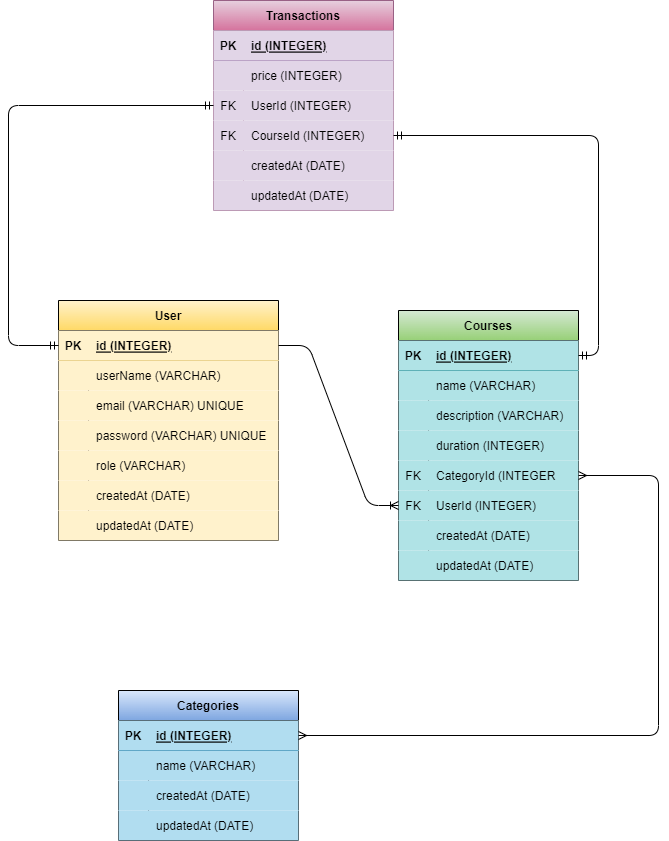
This is schema.drawio.png from floire26/writerify, a draw.io export, as it was before one commit. Source tidied: cells renumbered, new cells last; positions are measured from the earlier drawing's top-left corner, leaving out a move shared by most shapes.
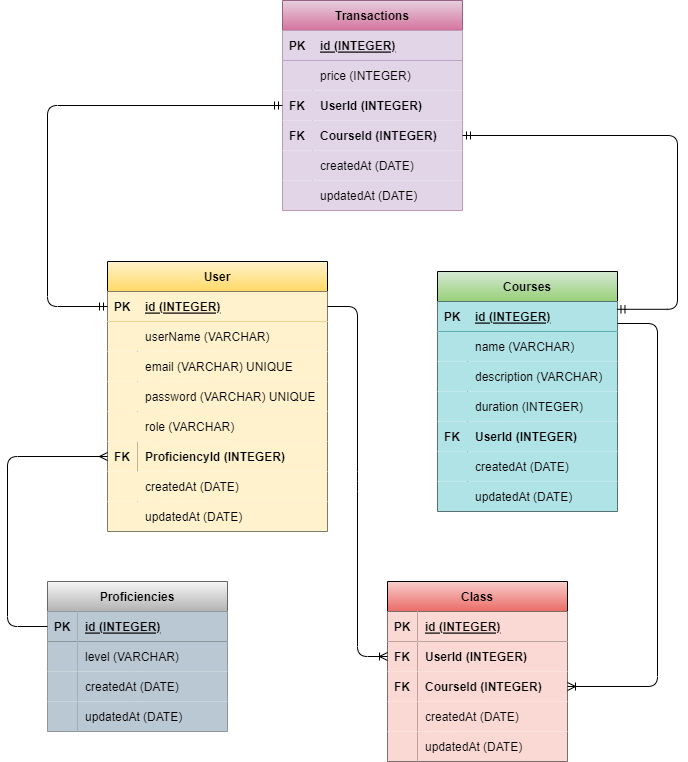
The same diagram one commit later.

Diff of the diagram source:
```diff
@@ -5,3 +5,3 @@
     <mxCell id="2" value="User" style="shape=table;startSize=30;rowLines=0;fontStyle=1;align=center;fillColor=#fff2cc;gradientColor=#ffd966;strokeColor=#000000;fontColor=#000000;" parent="1" vertex="1">
-      <mxGeometry x="50" y="300" width="220" height="240" as="geometry" />
+      <mxGeometry x="30" y="170" width="220" height="270" as="geometry" />
     </mxCell>
@@ -52,4 +52,13 @@
     </mxCell>
+    <mxCell id="85" style="shape=tableRow;horizontal=0;startSize=0;swimlaneHead=0;swimlaneBody=0;fillColor=none;points=[[0,0.5],[1,0.5]];portConstraint=eastwest;top=0;left=0;right=0;bottom=0;strokeColor=#000000;fontColor=#000000;" parent="2" vertex="1">
+      <mxGeometry y="180" width="220" height="30" as="geometry" />
+    </mxCell>
+    <mxCell id="86" value="FK" style="shape=partialRectangle;fillColor=#fff2cc;top=0;left=0;bottom=0;right=0;fontStyle=1;overflow=hidden;strokeColor=#d6b656;fontColor=#000000;" parent="85" vertex="1">
+      <mxGeometry width="30" height="30" as="geometry" />
+    </mxCell>
+    <mxCell id="87" value="ProficiencyId (INTEGER)" style="shape=partialRectangle;fillColor=#fff2cc;top=0;left=0;bottom=0;right=0;align=left;spacingLeft=6;fontStyle=1;overflow=hidden;strokeColor=#d6b656;fontColor=#000000;" parent="85" vertex="1">
+      <mxGeometry x="30" width="190" height="30" as="geometry" />
+    </mxCell>
     <mxCell id="18" style="shape=tableRow;horizontal=0;startSize=0;swimlaneHead=0;swimlaneBody=0;fillColor=#fff2cc;top=0;left=0;right=0;bottom=0;strokeColor=#d6b656;" parent="2" vertex="1">
-      <mxGeometry y="180" width="220" height="30" as="geometry" />
+      <mxGeometry y="210" width="220" height="30" as="geometry" />
     </mxCell>
@@ -62,3 +71,3 @@
     <mxCell id="21" style="shape=tableRow;horizontal=0;startSize=0;swimlaneHead=0;swimlaneBody=0;fillColor=#fff2cc;top=0;left=0;right=0;bottom=0;strokeColor=#d6b656;" parent="2" vertex="1">
-      <mxGeometry y="210" width="220" height="30" as="geometry" />
+      <mxGeometry y="240" width="220" height="30" as="geometry" />
     </mxCell>
@@ -71,3 +80,3 @@
     <mxCell id="24" value="Courses" style="shape=table;startSize=30;rowLines=0;fontStyle=1;align=center;fillColor=#d5e8d4;gradientColor=#97d077;strokeColor=#000000;fontColor=#000000;" parent="1" vertex="1">
-      <mxGeometry x="390" y="310" width="180" height="270" as="geometry" />
+      <mxGeometry x="360" y="180" width="180" height="240" as="geometry" />
     </mxCell>
@@ -109,18 +118,9 @@
     </mxCell>
-    <mxCell id="37" style="shape=tableRow;horizontal=0;startSize=0;swimlaneHead=0;swimlaneBody=0;fillColor=#b0e3e6;points=[[0,0.5],[1,0.5]];portConstraint=eastwest;top=0;left=0;right=0;bottom=0;strokeColor=#0e8088;" parent="24" vertex="1">
-      <mxGeometry y="150" width="180" height="30" as="geometry" />
-    </mxCell>
-    <mxCell id="38" value="FK" style="shape=partialRectangle;fillColor=none;top=0;left=0;bottom=0;right=0;fontStyle=0;overflow=hidden;fontColor=#000000;" parent="37" vertex="1">
-      <mxGeometry width="30" height="30" as="geometry" />
-    </mxCell>
-    <mxCell id="39" value="CategoryId (INTEGER" style="shape=partialRectangle;fillColor=none;top=0;left=0;bottom=0;right=0;align=left;spacingLeft=6;fontStyle=0;overflow=hidden;fontColor=#000000;" parent="37" vertex="1">
-      <mxGeometry x="30" width="150" height="30" as="geometry" />
-    </mxCell>
     <mxCell id="40" style="shape=tableRow;horizontal=0;startSize=0;swimlaneHead=0;swimlaneBody=0;fillColor=#b0e3e6;points=[[0,0.5],[1,0.5]];portConstraint=eastwest;top=0;left=0;right=0;bottom=0;strokeColor=#0e8088;" parent="24" vertex="1">
-      <mxGeometry y="180" width="180" height="30" as="geometry" />
+      <mxGeometry y="150" width="180" height="30" as="geometry" />
     </mxCell>
-    <mxCell id="41" value="FK" style="shape=partialRectangle;fillColor=none;top=0;left=0;bottom=0;right=0;fontStyle=0;overflow=hidden;fontColor=#000000;" parent="40" vertex="1">
+    <mxCell id="41" value="FK" style="shape=partialRectangle;fillColor=none;top=0;left=0;bottom=0;right=0;fontStyle=1;overflow=hidden;fontColor=#000000;" parent="40" vertex="1">
       <mxGeometry width="30" height="30" as="geometry" />
     </mxCell>
-    <mxCell id="42" value="UserId (INTEGER)" style="shape=partialRectangle;fillColor=none;top=0;left=0;bottom=0;right=0;align=left;spacingLeft=6;fontStyle=0;overflow=hidden;fontColor=#000000;" parent="40" vertex="1">
+    <mxCell id="42" value="UserId (INTEGER)" style="shape=partialRectangle;fillColor=none;top=0;left=0;bottom=0;right=0;align=left;spacingLeft=6;fontStyle=1;overflow=hidden;fontColor=#000000;" parent="40" vertex="1">
       <mxGeometry x="30" width="150" height="30" as="geometry" />
@@ -128,3 +128,3 @@
     <mxCell id="43" style="shape=tableRow;horizontal=0;startSize=0;swimlaneHead=0;swimlaneBody=0;fillColor=#b0e3e6;top=0;left=0;right=0;bottom=0;strokeColor=#0e8088;" parent="24" vertex="1">
-      <mxGeometry y="210" width="180" height="30" as="geometry" />
+      <mxGeometry y="180" width="180" height="30" as="geometry" />
     </mxCell>
@@ -137,3 +137,3 @@
     <mxCell id="46" style="shape=tableRow;horizontal=0;startSize=0;swimlaneHead=0;swimlaneBody=0;fillColor=#b0e3e6;top=0;left=0;right=0;bottom=0;strokeColor=#0e8088;" parent="24" vertex="1">
-      <mxGeometry y="240" width="180" height="30" as="geometry" />
+      <mxGeometry y="210" width="180" height="30" as="geometry" />
     </mxCell>
@@ -145,54 +145,4 @@
     </mxCell>
-    <mxCell id="49" value="Categories" style="shape=table;startSize=30;rowLines=0;fontStyle=1;align=center;strokeColor=#000000;fillColor=#dae8fc;gradientColor=#7ea6e0;fontColor=#000000;" parent="1" vertex="1">
-      <mxGeometry x="110" y="690" width="180" height="150" as="geometry" />
-    </mxCell>
-    <mxCell id="50" style="shape=tableRow;horizontal=0;startSize=0;swimlaneHead=0;swimlaneBody=0;fillColor=#b1ddf0;points=[[0,0.5],[1,0.5]];portConstraint=eastwest;top=0;left=0;right=0;bottom=1;strokeColor=#10739e;" parent="49" vertex="1">
-      <mxGeometry y="30" width="180" height="30" as="geometry" />
-    </mxCell>
-    <mxCell id="51" value="PK" style="shape=partialRectangle;fillColor=none;top=0;left=0;bottom=0;right=0;fontStyle=1;overflow=hidden;fontColor=#000000;" parent="50" vertex="1">
-      <mxGeometry width="30" height="30" as="geometry" />
-    </mxCell>
-    <mxCell id="52" value="id (INTEGER)" style="shape=partialRectangle;fillColor=none;top=0;left=0;bottom=0;right=0;align=left;spacingLeft=6;fontStyle=5;overflow=hidden;fontColor=#000000;" parent="50" vertex="1">
-      <mxGeometry x="30" width="150" height="30" as="geometry" />
-    </mxCell>
-    <mxCell id="53" style="shape=tableRow;horizontal=0;startSize=0;swimlaneHead=0;swimlaneBody=0;fillColor=#b1ddf0;top=0;left=0;right=0;bottom=0;strokeColor=#10739e;" parent="49" vertex="1">
-      <mxGeometry y="60" width="180" height="30" as="geometry" />
-    </mxCell>
-    <mxCell id="54" style="shape=partialRectangle;fillColor=none;top=0;left=0;bottom=0;right=0;overflow=hidden;" parent="53" vertex="1">
-      <mxGeometry width="30" height="30" as="geometry" />
-    </mxCell>
-    <mxCell id="55" value="name (VARCHAR)" style="shape=partialRectangle;fillColor=none;top=0;left=0;bottom=0;right=0;align=left;spacingLeft=6;overflow=hidden;fontColor=#000000;" parent="53" vertex="1">
-      <mxGeometry x="30" width="150" height="30" as="geometry" />
-    </mxCell>
-    <mxCell id="56" style="shape=tableRow;horizontal=0;startSize=0;swimlaneHead=0;swimlaneBody=0;fillColor=#b1ddf0;top=0;left=0;right=0;bottom=0;strokeColor=#10739e;" parent="49" vertex="1">
-      <mxGeometry y="90" width="180" height="30" as="geometry" />
-    </mxCell>
-    <mxCell id="57" style="shape=partialRectangle;fillColor=none;top=0;left=0;bottom=0;right=0;overflow=hidden;" parent="56" vertex="1">
-      <mxGeometry width="30" height="30" as="geometry" />
-    </mxCell>
-    <mxCell id="58" value="createdAt (DATE)" style="shape=partialRectangle;fillColor=none;top=0;left=0;bottom=0;right=0;align=left;spacingLeft=6;overflow=hidden;fontColor=#000000;" parent="56" vertex="1">
-      <mxGeometry x="30" width="150" height="30" as="geometry" />
-    </mxCell>
-    <mxCell id="59" style="shape=tableRow;horizontal=0;startSize=0;swimlaneHead=0;swimlaneBody=0;fillColor=#b1ddf0;top=0;left=0;right=0;bottom=0;strokeColor=#10739e;" parent="49" vertex="1">
-      <mxGeometry y="120" width="180" height="30" as="geometry" />
-    </mxCell>
-    <mxCell id="60" style="shape=partialRectangle;fillColor=none;top=0;left=0;bottom=0;right=0;overflow=hidden;" parent="59" vertex="1">
-      <mxGeometry width="30" height="30" as="geometry" />
-    </mxCell>
-    <mxCell id="61" value="updatedAt (DATE)" style="shape=partialRectangle;fillColor=none;top=0;left=0;bottom=0;right=0;align=left;spacingLeft=6;overflow=hidden;fontColor=#000000;" parent="59" vertex="1">
-      <mxGeometry x="30" width="150" height="30" as="geometry" />
-    </mxCell>
-    <mxCell id="62" style="edgeStyle=entityRelationEdgeStyle;fontSize=12;html=1;endArrow=ERoneToMany;exitX=1;exitY=0.5;exitDx=0;exitDy=0;entryX=0;entryY=0.5;entryDx=0;entryDy=0;" parent="1" edge="1" source="3" target="40">
-      <mxGeometry relative="1" as="geometry" />
-    </mxCell>
-    <mxCell id="63" style="edgeStyle=orthogonalEdgeStyle;fontSize=12;html=1;endArrow=ERmany;startArrow=ERmany;exitX=1;exitY=0.5;exitDx=0;exitDy=0;entryX=1;entryY=0.5;entryDx=0;entryDy=0;" parent="1" edge="1" source="50" target="37">
-      <mxGeometry relative="1" as="geometry">
-        <Array as="points">
-          <mxPoint x="650" y="735" />
-          <mxPoint x="650" y="475" />
-        </Array>
-      </mxGeometry>
-    </mxCell>
     <mxCell id="64" value="Transactions" style="shape=table;startSize=30;rowLines=0;fontStyle=1;align=center;strokeColor=#996185;fillColor=#e6d0de;gradientColor=#d5739d;fontColor=#000000;" parent="1" vertex="1">
-      <mxGeometry x="205" width="180" height="210" as="geometry" />
+      <mxGeometry x="205" y="-91" width="180" height="210" as="geometry" />
     </mxCell>
@@ -219,6 +169,6 @@
     </mxCell>
-    <mxCell id="72" value="FK" style="shape=partialRectangle;fillColor=none;top=0;left=0;bottom=0;right=0;fontStyle=0;overflow=hidden;strokeColor=#000000;fontColor=#000000;" parent="71" vertex="1">
+    <mxCell id="72" value="FK" style="shape=partialRectangle;fillColor=none;top=0;left=0;bottom=0;right=0;fontStyle=1;overflow=hidden;strokeColor=#000000;fontColor=#000000;" parent="71" vertex="1">
       <mxGeometry width="30" height="30" as="geometry" />
     </mxCell>
-    <mxCell id="73" value="UserId (INTEGER)" style="shape=partialRectangle;fillColor=none;top=0;left=0;bottom=0;right=0;align=left;spacingLeft=6;fontStyle=0;overflow=hidden;strokeColor=#000000;fontColor=#000000;" parent="71" vertex="1">
+    <mxCell id="73" value="UserId (INTEGER)" style="shape=partialRectangle;fillColor=none;top=0;left=0;bottom=0;right=0;align=left;spacingLeft=6;fontStyle=1;overflow=hidden;strokeColor=#000000;fontColor=#000000;" parent="71" vertex="1">
       <mxGeometry x="30" width="150" height="30" as="geometry" />
@@ -228,6 +178,6 @@
     </mxCell>
-    <mxCell id="75" value="FK" style="shape=partialRectangle;fillColor=none;top=0;left=0;bottom=0;right=0;fontStyle=0;overflow=hidden;strokeColor=#000000;fontColor=#000000;" parent="74" vertex="1">
+    <mxCell id="75" value="FK" style="shape=partialRectangle;fillColor=none;top=0;left=0;bottom=0;right=0;fontStyle=1;overflow=hidden;strokeColor=#000000;fontColor=#000000;" parent="74" vertex="1">
       <mxGeometry width="30" height="30" as="geometry" />
     </mxCell>
-    <mxCell id="76" value="CourseId (INTEGER)" style="shape=partialRectangle;fillColor=none;top=0;left=0;bottom=0;right=0;align=left;spacingLeft=6;fontStyle=0;overflow=hidden;strokeColor=#000000;fontColor=#000000;" parent="74" vertex="1">
+    <mxCell id="76" value="CourseId (INTEGER)" style="shape=partialRectangle;fillColor=none;top=0;left=0;bottom=0;right=0;align=left;spacingLeft=6;fontStyle=1;overflow=hidden;strokeColor=#000000;fontColor=#000000;" parent="74" vertex="1">
       <mxGeometry x="30" width="150" height="30" as="geometry" />
@@ -252,7 +202,6 @@
     </mxCell>
-    <mxCell id="83" style="edgeStyle=orthogonalEdgeStyle;fontSize=12;html=1;endArrow=ERmandOne;startArrow=ERmandOne;fontColor=#000000;entryX=0;entryY=0.5;entryDx=0;entryDy=0;exitX=0;exitY=0.5;exitDx=0;exitDy=0;" parent="1" edge="1" source="3" target="71">
+    <mxCell id="83" style="edgeStyle=elbowEdgeStyle;fontSize=12;html=1;endArrow=ERmandOne;startArrow=ERmandOne;fontColor=#000000;entryX=0;entryY=0.5;entryDx=0;entryDy=0;exitX=0;exitY=0.5;exitDx=0;exitDy=0;" parent="1" edge="1" source="3" target="71">
       <mxGeometry relative="1" as="geometry">
         <Array as="points">
-          <mxPoint y="345" />
-          <mxPoint y="105" />
+          <mxPoint x="-30" y="110" />
         </Array>
@@ -260,7 +209,6 @@
     </mxCell>
-    <mxCell id="84" style="edgeStyle=orthogonalEdgeStyle;fontSize=12;html=1;endArrow=ERmandOne;startArrow=ERmandOne;fontColor=#000000;exitX=1;exitY=0.5;exitDx=0;exitDy=0;entryX=1;entryY=0.5;entryDx=0;entryDy=0;" parent="1" edge="1" source="74" target="25">
+    <mxCell id="84" style="edgeStyle=elbowEdgeStyle;fontSize=12;html=1;endArrow=ERmandOne;startArrow=ERmandOne;fontColor=#000000;exitX=1;exitY=0.5;exitDx=0;exitDy=0;entryX=0.997;entryY=0.26;entryDx=0;entryDy=0;entryPerimeter=0;" parent="1" edge="1" source="74" target="25">
       <mxGeometry relative="1" as="geometry">
         <Array as="points">
-          <mxPoint x="590" y="135" />
-          <mxPoint x="590" y="355" />
+          <mxPoint x="600" y="110" />
         </Array>
@@ -268,2 +216,109 @@
     </mxCell>
+    <mxCell id="88" value="Class" style="shape=table;startSize=30;rowLines=0;fontStyle=1;align=center;fillColor=#f8cecc;gradientColor=#ea6b66;strokeColor=#000000;fontColor=#000000;" parent="1" vertex="1">
+      <mxGeometry x="310" y="490" width="180" height="180" as="geometry" />
+    </mxCell>
+    <mxCell id="89" style="shape=tableRow;horizontal=0;startSize=0;swimlaneHead=0;swimlaneBody=0;fillColor=none;top=0;left=0;right=0;bottom=1;" parent="88" vertex="1">
+      <mxGeometry y="30" width="180" height="30" as="geometry" />
+    </mxCell>
+    <mxCell id="90" value="PK" style="shape=partialRectangle;fillColor=#fad9d5;top=0;left=0;bottom=0;right=0;fontStyle=1;overflow=hidden;strokeColor=#ae4132;fontColor=#000000;" parent="89" vertex="1">
+      <mxGeometry width="30" height="30" as="geometry" />
+    </mxCell>
+    <mxCell id="91" value="id (INTEGER)" style="shape=partialRectangle;fillColor=#fad9d5;top=0;left=0;bottom=0;right=0;align=left;spacingLeft=6;fontStyle=5;overflow=hidden;strokeColor=#ae4132;fontColor=#000000;" parent="89" vertex="1">
+      <mxGeometry x="30" width="150" height="30" as="geometry" />
+    </mxCell>
+    <mxCell id="92" style="shape=tableRow;horizontal=0;startSize=0;swimlaneHead=0;swimlaneBody=0;fillColor=none;points=[[0,0.5],[1,0.5]];portConstraint=eastwest;top=0;left=0;right=0;bottom=0;" parent="88" vertex="1">
+      <mxGeometry y="60" width="180" height="30" as="geometry" />
+    </mxCell>
+    <mxCell id="93" value="FK" style="shape=partialRectangle;fillColor=#fad9d5;top=0;left=0;bottom=0;right=0;fontStyle=1;overflow=hidden;strokeColor=#ae4132;fontColor=#000000;" parent="92" vertex="1">
+      <mxGeometry width="30" height="30" as="geometry" />
+    </mxCell>
+    <mxCell id="94" value="UserId (INTEGER)" style="shape=partialRectangle;fillColor=#fad9d5;top=0;left=0;bottom=0;right=0;align=left;spacingLeft=6;fontStyle=1;overflow=hidden;strokeColor=#ae4132;fontColor=#000000;" parent="92" vertex="1">
+      <mxGeometry x="30" width="150" height="30" as="geometry" />
+    </mxCell>
+    <mxCell id="95" style="shape=tableRow;horizontal=0;startSize=0;swimlaneHead=0;swimlaneBody=0;fillColor=none;points=[[0,0.5],[1,0.5]];portConstraint=eastwest;top=0;left=0;right=0;bottom=0;" parent="88" vertex="1">
+      <mxGeometry y="90" width="180" height="30" as="geometry" />
+    </mxCell>
+    <mxCell id="96" value="FK" style="shape=partialRectangle;fillColor=#fad9d5;top=0;left=0;bottom=0;right=0;fontStyle=1;overflow=hidden;strokeColor=#ae4132;fontColor=#000000;" parent="95" vertex="1">
+      <mxGeometry width="30" height="30" as="geometry" />
+    </mxCell>
+    <mxCell id="97" value="CourseId (INTEGER)" style="shape=partialRectangle;fillColor=#fad9d5;top=0;left=0;bottom=0;right=0;align=left;spacingLeft=6;fontStyle=1;overflow=hidden;strokeColor=#ae4132;fontColor=#000000;" parent="95" vertex="1">
+      <mxGeometry x="30" width="150" height="30" as="geometry" />
+    </mxCell>
+    <mxCell id="98" style="shape=tableRow;horizontal=0;startSize=0;swimlaneHead=0;swimlaneBody=0;fillColor=none;top=0;left=0;right=0;bottom=0;" parent="88" vertex="1">
+      <mxGeometry y="120" width="180" height="30" as="geometry" />
+    </mxCell>
+    <mxCell id="99" style="shape=partialRectangle;fillColor=#fad9d5;top=0;left=0;bottom=0;right=0;overflow=hidden;strokeColor=#ae4132;" parent="98" vertex="1">
+      <mxGeometry width="30" height="30" as="geometry" />
+    </mxCell>
+    <mxCell id="100" value="createdAt (DATE)" style="shape=partialRectangle;fillColor=#fad9d5;top=0;left=0;bottom=0;right=0;align=left;spacingLeft=6;overflow=hidden;strokeColor=#ae4132;fontColor=#000000;" parent="98" vertex="1">
+      <mxGeometry x="30" width="150" height="30" as="geometry" />
+    </mxCell>
+    <mxCell id="101" style="shape=tableRow;horizontal=0;startSize=0;swimlaneHead=0;swimlaneBody=0;fillColor=none;top=0;left=0;right=0;bottom=0;" parent="88" vertex="1">
+      <mxGeometry y="150" width="180" height="30" as="geometry" />
+    </mxCell>
+    <mxCell id="102" style="shape=partialRectangle;fillColor=#fad9d5;top=0;left=0;bottom=0;right=0;overflow=hidden;strokeColor=#ae4132;" parent="101" vertex="1">
+      <mxGeometry width="30" height="30" as="geometry" />
+    </mxCell>
+    <mxCell id="103" value="updatedAt (DATE)" style="shape=partialRectangle;fillColor=#fad9d5;top=0;left=0;bottom=0;right=0;align=left;spacingLeft=6;overflow=hidden;strokeColor=#ae4132;fontColor=#000000;" parent="101" vertex="1">
+      <mxGeometry x="30" width="150" height="30" as="geometry" />
+    </mxCell>
+    <mxCell id="104" style="edgeStyle=elbowEdgeStyle;fontSize=12;html=1;endArrow=ERoneToMany;fontColor=#000000;entryX=1;entryY=0.5;entryDx=0;entryDy=0;" parent="1" edge="1" target="95">
+      <mxGeometry relative="1" as="geometry">
+        <mxPoint x="540" y="232" as="sourcePoint" />
+        <Array as="points">
+          <mxPoint x="580" y="230" />
+          <mxPoint x="650" y="440" />
+        </Array>
+      </mxGeometry>
+    </mxCell>
+    <mxCell id="105" value="Proficiencies" style="shape=table;startSize=30;rowLines=0;fontStyle=1;align=center;strokeColor=#666666;fillColor=#f5f5f5;gradientColor=#b3b3b3;fontColor=#000000;" parent="1" vertex="1">
+      <mxGeometry x="-30" y="490" width="180" height="150" as="geometry" />
+    </mxCell>
+    <mxCell id="106" style="shape=tableRow;horizontal=0;startSize=0;swimlaneHead=0;swimlaneBody=0;fillColor=none;points=[[0,0.5],[1,0.5]];portConstraint=eastwest;top=0;left=0;right=0;bottom=1;strokeColor=#000000;fontColor=#000000;" parent="105" vertex="1">
+      <mxGeometry y="30" width="180" height="30" as="geometry" />
+    </mxCell>
+    <mxCell id="107" value="PK" style="shape=partialRectangle;fillColor=#bac8d3;top=0;left=0;bottom=0;right=0;fontStyle=1;overflow=hidden;strokeColor=#23445d;fontColor=#000000;" parent="106" vertex="1">
+      <mxGeometry width="30" height="30" as="geometry" />
+    </mxCell>
+    <mxCell id="108" value="id (INTEGER)" style="shape=partialRectangle;fillColor=#bac8d3;top=0;left=0;bottom=0;right=0;align=left;spacingLeft=6;fontStyle=5;overflow=hidden;strokeColor=#23445d;fontColor=#000000;" parent="106" vertex="1">
+      <mxGeometry x="30" width="150" height="30" as="geometry" />
+    </mxCell>
+    <mxCell id="109" style="shape=tableRow;horizontal=0;startSize=0;swimlaneHead=0;swimlaneBody=0;fillColor=none;top=0;left=0;right=0;bottom=0;strokeColor=#000000;fontColor=#000000;" parent="105" vertex="1">
+      <mxGeometry y="60" width="180" height="30" as="geometry" />
+    </mxCell>
+    <mxCell id="110" style="shape=partialRectangle;fillColor=#bac8d3;top=0;left=0;bottom=0;right=0;overflow=hidden;strokeColor=#23445d;" parent="109" vertex="1">
+      <mxGeometry width="30" height="30" as="geometry" />
+    </mxCell>
+    <mxCell id="111" value="level (VARCHAR)" style="shape=partialRectangle;fillColor=#bac8d3;top=0;left=0;bottom=0;right=0;align=left;spacingLeft=6;overflow=hidden;strokeColor=#23445d;fontColor=#000000;" parent="109" vertex="1">
+      <mxGeometry x="30" width="150" height="30" as="geometry" />
+    </mxCell>
+    <mxCell id="112" style="shape=tableRow;horizontal=0;startSize=0;swimlaneHead=0;swimlaneBody=0;fillColor=none;top=0;left=0;right=0;bottom=0;strokeColor=#000000;fontColor=#000000;" parent="105" vertex="1">
+      <mxGeometry y="90" width="180" height="30" as="geometry" />
+    </mxCell>
+    <mxCell id="113" style="shape=partialRectangle;fillColor=#bac8d3;top=0;left=0;bottom=0;right=0;overflow=hidden;strokeColor=#23445d;" parent="112" vertex="1">
+      <mxGeometry width="30" height="30" as="geometry" />
+    </mxCell>
+    <mxCell id="114" value="createdAt (DATE)" style="shape=partialRectangle;fillColor=#bac8d3;top=0;left=0;bottom=0;right=0;align=left;spacingLeft=6;overflow=hidden;strokeColor=#23445d;fontColor=#000000;" parent="112" vertex="1">
+      <mxGeometry x="30" width="150" height="30" as="geometry" />
+    </mxCell>
+    <mxCell id="115" style="shape=tableRow;horizontal=0;startSize=0;swimlaneHead=0;swimlaneBody=0;fillColor=none;top=0;left=0;right=0;bottom=0;strokeColor=#000000;fontColor=#000000;" parent="105" vertex="1">
+      <mxGeometry y="120" width="180" height="30" as="geometry" />
+    </mxCell>
+    <mxCell id="116" style="shape=partialRectangle;fillColor=#bac8d3;top=0;left=0;bottom=0;right=0;overflow=hidden;strokeColor=#23445d;" parent="115" vertex="1">
+      <mxGeometry width="30" height="30" as="geometry" />
+    </mxCell>
+    <mxCell id="117" value="updatedAt (DATE)" style="shape=partialRectangle;fillColor=#bac8d3;top=0;left=0;bottom=0;right=0;align=left;spacingLeft=6;overflow=hidden;strokeColor=#23445d;fontColor=#000000;" parent="115" vertex="1">
+      <mxGeometry x="30" width="150" height="30" as="geometry" />
+    </mxCell>
+    <mxCell id="118" style="edgeStyle=elbowEdgeStyle;fontSize=12;html=1;endArrow=ERmany;fontColor=#000000;exitX=0;exitY=0.5;exitDx=0;exitDy=0;entryX=0;entryY=0.5;entryDx=0;entryDy=0;" parent="1" edge="1" source="106" target="85">
+      <mxGeometry relative="1" as="geometry">
+        <Array as="points">
+          <mxPoint x="-70" y="660" />
+          <mxPoint x="-80" y="650" />
+        </Array>
+      </mxGeometry>
+    </mxCell>
+    <mxCell id="119" style="edgeStyle=entityRelationEdgeStyle;fontSize=12;html=1;endArrow=ERoneToMany;fontColor=#000000;exitX=1;exitY=0.5;exitDx=0;exitDy=0;entryX=0;entryY=0.5;entryDx=0;entryDy=0;" parent="1" edge="1" source="3" target="92">
+      <mxGeometry relative="1" as="geometry" />
+    </mxCell>
   </root>
```
